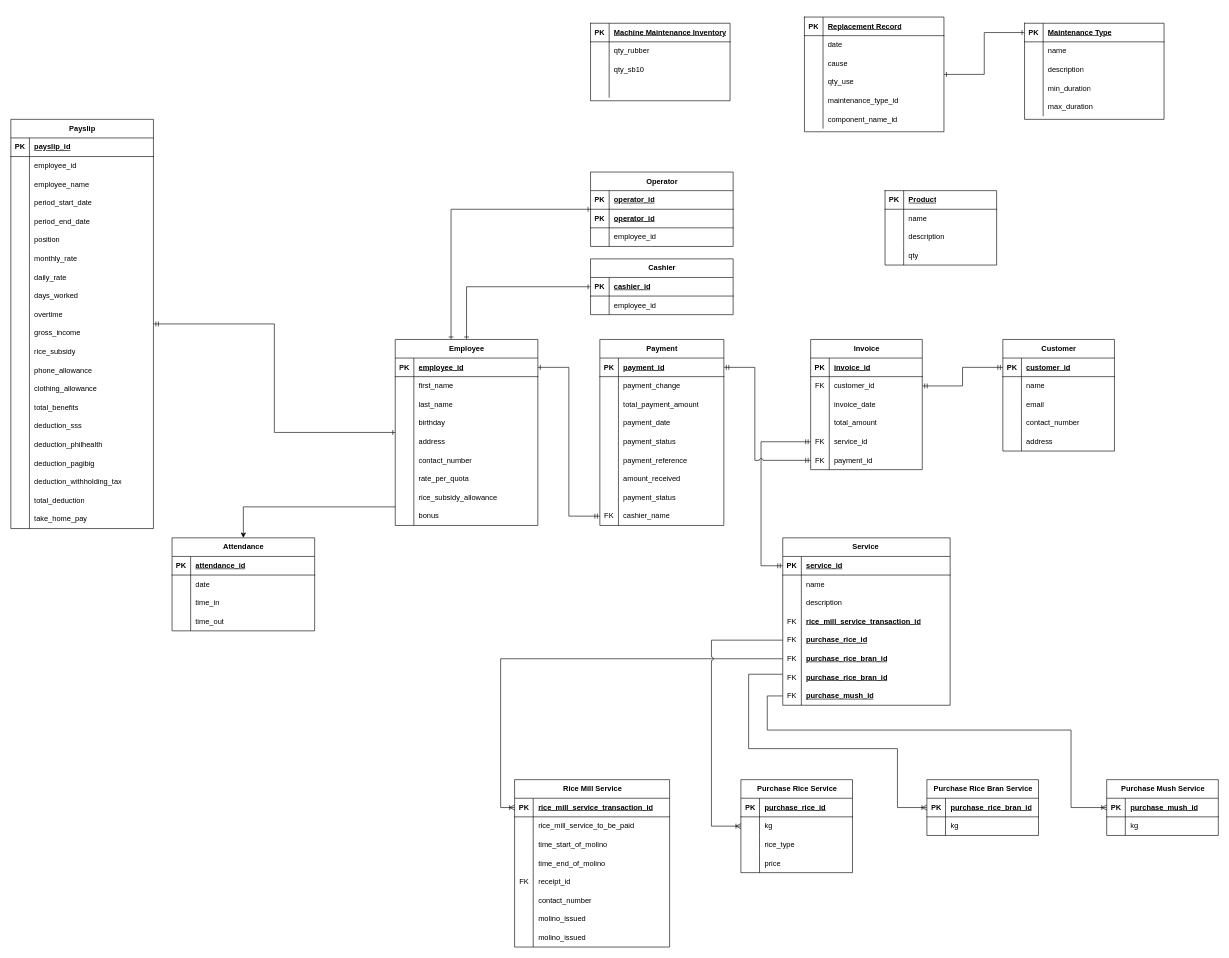
Earlier version of the draw.io diagram page "ERD" (1 of 2) of Entity Relationship Diagram.drawio (mmdc-j-abejo/abejo-rice-mill). Source tidied: cells renumbered, new cells numbered last; positions are measured from the earlier drawing's top-left corner, leaving out a move shared by most shapes. Both pictures are drawn from the tidied source at 62%, with x=0, y=0 at pixel (11, 17).
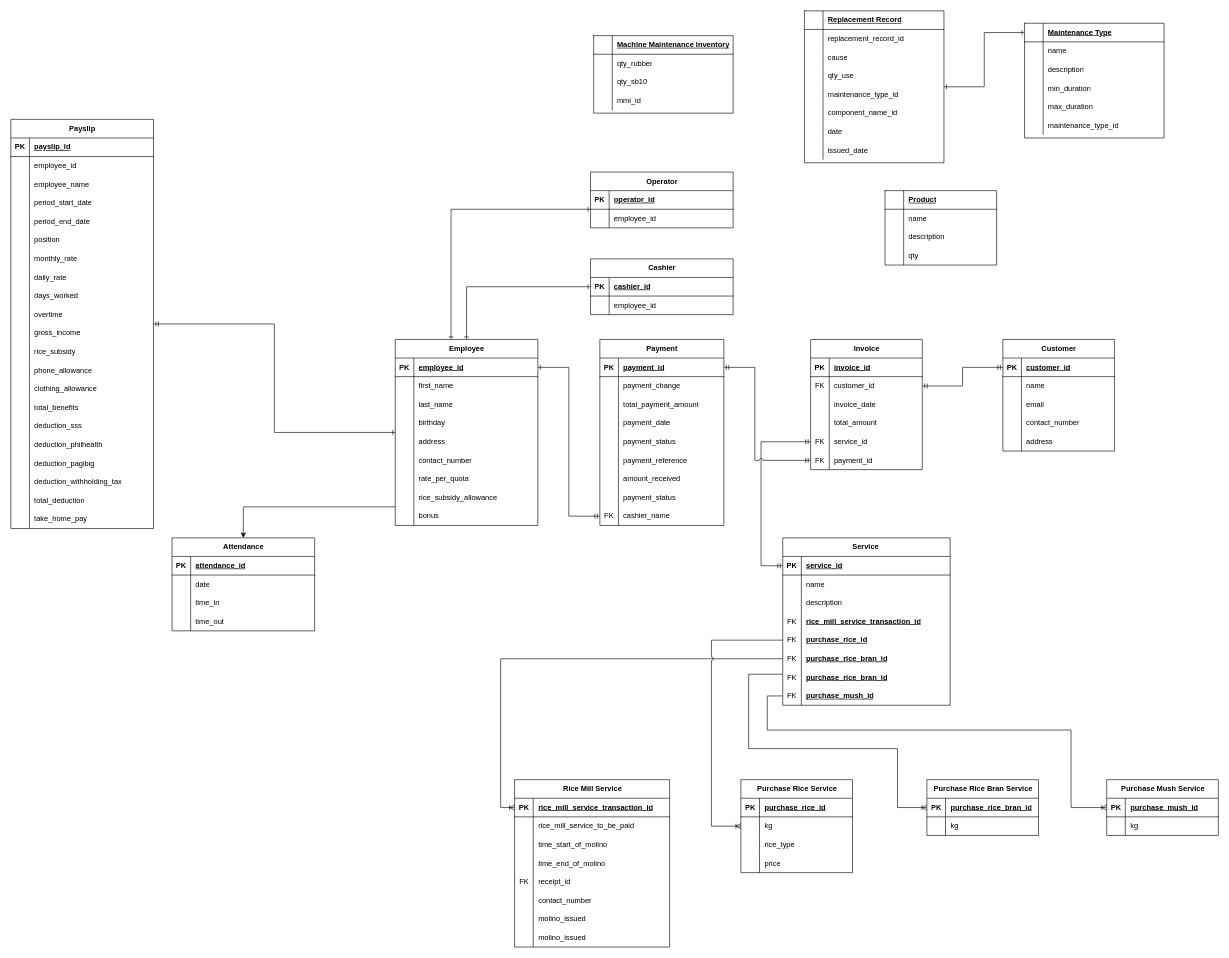
After the change.

Unchanged cells that the change refers to:
```xml
<mxCell id="258" style="shape=tableRow;horizontal=0;startSize=0;swimlaneHead=0;swimlaneBody=0;fillColor=none;top=0;left=0;right=0;bottom=1;" parent="257" vertex="1">
  <mxGeometry width="180" height="30" as="geometry" />
</mxCell>
<mxCell id="303" style="shape=tableRow;horizontal=0;startSize=0;swimlaneHead=0;swimlaneBody=0;fillColor=none;top=0;left=0;right=0;bottom=1;" parent="302" vertex="1">
  <mxGeometry width="225" height="30" as="geometry" />
</mxCell>
<mxCell id="306" style="shape=tableRow;horizontal=0;startSize=0;swimlaneHead=0;swimlaneBody=0;fillColor=none;top=0;left=0;right=0;bottom=0;" parent="302" vertex="1">
  <mxGeometry y="30" width="225" height="30" as="geometry" />
</mxCell>
<mxCell id="322" style="shape=tableRow;horizontal=0;startSize=0;swimlaneHead=0;swimlaneBody=0;fillColor=none;points=[[0,0.5],[1,0.5]];portConstraint=eastwest;top=0;left=0;right=0;bottom=1;" parent="321" vertex="1">
  <mxGeometry width="225" height="30" as="geometry" />
</mxCell>
```

The edit, as a diff of the source:
```diff
@@
-    <mxCell id="244" style="shape=table;startSize=0;childLayout=tableLayout;rowLines=0;fontStyle=1;align=center;html=1;" parent="1" vertex="1">
-      <mxGeometry x="935" y="10" width="225" height="125" as="geometry" />
-    </mxCell>
-    <mxCell id="245" style="shape=tableRow;horizontal=0;startSize=0;swimlaneHead=0;swimlaneBody=0;fillColor=none;top=0;left=0;right=0;bottom=1;" parent="244" vertex="1">
-      <mxGeometry width="225" height="30" as="geometry" />
-    </mxCell>
-    <mxCell id="246" value="PK" style="shape=partialRectangle;fillColor=none;top=0;left=0;bottom=0;right=0;fontStyle=1;overflow=hidden;whiteSpace=wrap;html=1;" parent="245" vertex="1">
-      <mxGeometry width="30" height="30" as="geometry" />
-    </mxCell>
-    <mxCell id="247" value="Machine Maintenance Inventory" style="shape=partialRectangle;fillColor=none;top=0;left=0;bottom=0;right=0;align=left;spacingLeft=6;fontStyle=5;overflow=hidden;whiteSpace=wrap;html=1;" parent="245" vertex="1">
-      <mxGeometry x="30" width="195" height="30" as="geometry" />
-    </mxCell>
-    <mxCell id="248" style="shape=tableRow;horizontal=0;startSize=0;swimlaneHead=0;swimlaneBody=0;fillColor=none;top=0;left=0;right=0;bottom=0;" parent="244" vertex="1">
-      <mxGeometry y="30" width="225" height="30" as="geometry" />
-    </mxCell>
-    <mxCell id="249" style="shape=partialRectangle;fillColor=none;top=0;left=0;bottom=0;right=0;overflow=hidden;whiteSpace=wrap;html=1;" parent="248" vertex="1">
-      <mxGeometry width="30" height="30" as="geometry" />
-    </mxCell>
-    <mxCell id="250" value="qty_rubber" style="shape=partialRectangle;fillColor=none;top=0;left=0;bottom=0;right=0;align=left;spacingLeft=6;overflow=hidden;whiteSpace=wrap;html=1;" parent="248" vertex="1">
-      <mxGeometry x="30" width="195" height="30" as="geometry" />
-    </mxCell>
-    <mxCell id="251" style="shape=tableRow;horizontal=0;startSize=0;swimlaneHead=0;swimlaneBody=0;fillColor=none;top=0;left=0;right=0;bottom=0;" parent="244" vertex="1">
-      <mxGeometry y="60" width="225" height="30" as="geometry" />
-    </mxCell>
-    <mxCell id="252" style="shape=partialRectangle;fillColor=none;top=0;left=0;bottom=0;right=0;overflow=hidden;whiteSpace=wrap;html=1;" parent="251" vertex="1">
-      <mxGeometry width="30" height="30" as="geometry" />
-    </mxCell>
-    <mxCell id="253" value="&lt;span style=&quot;background-color: initial;&quot;&gt;qty_sb10&lt;/span&gt;" style="shape=partialRectangle;fillColor=none;top=0;left=0;bottom=0;right=0;align=left;spacingLeft=6;overflow=hidden;whiteSpace=wrap;html=1;" parent="251" vertex="1">
-      <mxGeometry x="30" width="195" height="30" as="geometry" />
-    </mxCell>
-    <mxCell id="254" style="shape=tableRow;horizontal=0;startSize=0;swimlaneHead=0;swimlaneBody=0;fillColor=none;top=0;left=0;right=0;bottom=0;" parent="244" vertex="1">
-      <mxGeometry y="90" width="225" height="30" as="geometry" />
-    </mxCell>
-    <mxCell id="255" style="shape=partialRectangle;fillColor=none;top=0;left=0;bottom=0;right=0;overflow=hidden;whiteSpace=wrap;html=1;" parent="254" vertex="1">
-      <mxGeometry width="30" height="30" as="geometry" />
-    </mxCell>
-    <mxCell id="256" style="shape=partialRectangle;fillColor=none;top=0;left=0;bottom=0;right=0;align=left;spacingLeft=6;overflow=hidden;whiteSpace=wrap;html=1;" parent="254" vertex="1">
-      <mxGeometry x="30" width="195" height="30" as="geometry" />
-    </mxCell>
@@
-    <mxCell id="259" value="PK" style="shape=partialRectangle;fillColor=none;top=0;left=0;bottom=0;right=0;fontStyle=1;overflow=hidden;whiteSpace=wrap;html=1;" parent="258" vertex="1">
+    <mxCell id="259" style="shape=partialRectangle;fillColor=none;top=0;left=0;bottom=0;right=0;fontStyle=1;overflow=hidden;whiteSpace=wrap;html=1;" parent="258" vertex="1">
       <mxGeometry width="30" height="30" as="geometry" />
     </mxCell>
@@
     <mxCell id="278" value="Operator" style="shape=table;startSize=30;childLayout=tableLayout;rowLines=0;fontStyle=1;align=center;html=1;" parent="1" vertex="1">
-      <mxGeometry x="935" y="250" width="230" height="120" as="geometry" />
+      <mxGeometry x="935" y="250" width="230" height="90" as="geometry" />
     </mxCell>
-    <mxCell id="279" style="shape=tableRow;horizontal=0;startSize=0;swimlaneHead=0;swimlaneBody=0;fillColor=none;top=0;left=0;right=0;bottom=1;" parent="278" vertex="1">
-      <mxGeometry y="30" width="230" height="30" as="geometry" />
-    </mxCell>
-    <mxCell id="280" value="PK" style="shape=partialRectangle;fillColor=none;top=0;left=0;bottom=0;right=0;fontStyle=1;overflow=hidden;whiteSpace=wrap;html=1;" parent="279" vertex="1">
-      <mxGeometry width="30" height="30" as="geometry" />
-    </mxCell>
-    <mxCell id="281" value="operator_id" style="shape=partialRectangle;fillColor=none;top=0;left=0;bottom=0;right=0;align=left;spacingLeft=6;fontStyle=5;overflow=hidden;whiteSpace=wrap;html=1;" parent="279" vertex="1">
-      <mxGeometry x="30" width="200" height="30" as="geometry" />
-    </mxCell>
     <mxCell id="282" style="shape=tableRow;horizontal=0;startSize=0;swimlaneHead=0;swimlaneBody=0;fillColor=none;top=0;left=0;right=0;bottom=1;" parent="278" vertex="1">
-      <mxGeometry y="60" width="230" height="30" as="geometry" />
+      <mxGeometry y="30" width="230" height="30" as="geometry" />
     </mxCell>
@@
     <mxCell id="285" style="shape=tableRow;horizontal=0;startSize=0;swimlaneHead=0;swimlaneBody=0;fillColor=none;top=0;left=0;right=0;bottom=0;" parent="278" vertex="1">
-      <mxGeometry y="90" width="230" height="30" as="geometry" />
+      <mxGeometry y="60" width="230" height="30" as="geometry" />
     </mxCell>
@@
     <mxCell id="302" style="shape=table;startSize=0;childLayout=tableLayout;rowLines=0;fontStyle=1;align=center;html=1;" parent="1" vertex="1">
-      <mxGeometry x="1280" width="225" height="185" as="geometry" />
+      <mxGeometry x="1280" y="-10" width="225" height="245" as="geometry" />
     </mxCell>
@@
-    <mxCell id="304" value="PK" style="shape=partialRectangle;fillColor=none;top=0;left=0;bottom=0;right=0;fontStyle=1;overflow=hidden;whiteSpace=wrap;html=1;" parent="303" vertex="1">
+    <mxCell id="304" style="shape=partialRectangle;fillColor=none;top=0;left=0;bottom=0;right=0;fontStyle=1;overflow=hidden;whiteSpace=wrap;html=1;" parent="303" vertex="1">
       <mxGeometry width="30" height="30" as="geometry" />
     </mxCell>
@@
-    <mxCell id="308" value="date" style="shape=partialRectangle;fillColor=none;top=0;left=0;bottom=0;right=0;align=left;spacingLeft=6;overflow=hidden;whiteSpace=wrap;html=1;" parent="306" vertex="1">
+    <mxCell id="308" value="replacement_record_id" style="shape=partialRectangle;fillColor=none;top=0;left=0;bottom=0;right=0;align=left;spacingLeft=6;overflow=hidden;whiteSpace=wrap;html=1;" parent="306" vertex="1">
       <mxGeometry x="30" width="195" height="30" as="geometry" />
     </mxCell>
@@
+    <mxCell id="338" style="shape=tableRow;horizontal=0;startSize=0;swimlaneHead=0;swimlaneBody=0;fillColor=none;top=0;left=0;right=0;bottom=0;" parent="302" vertex="1">
+      <mxGeometry y="180" width="225" height="30" as="geometry" />
+    </mxCell>
+    <mxCell id="339" style="shape=partialRectangle;fillColor=none;top=0;left=0;bottom=0;right=0;overflow=hidden;whiteSpace=wrap;html=1;" parent="338" vertex="1">
+      <mxGeometry width="30" height="30" as="geometry" />
+    </mxCell>
+    <mxCell id="340" value="date" style="shape=partialRectangle;fillColor=none;top=0;left=0;bottom=0;right=0;align=left;spacingLeft=6;overflow=hidden;whiteSpace=wrap;html=1;" parent="338" vertex="1">
+      <mxGeometry x="30" width="195" height="30" as="geometry" />
+    </mxCell>
+    <mxCell id="341" style="shape=tableRow;horizontal=0;startSize=0;swimlaneHead=0;swimlaneBody=0;fillColor=none;top=0;left=0;right=0;bottom=0;" parent="302" vertex="1">
+      <mxGeometry y="210" width="225" height="30" as="geometry" />
+    </mxCell>
+    <mxCell id="342" style="shape=partialRectangle;fillColor=none;top=0;left=0;bottom=0;right=0;overflow=hidden;whiteSpace=wrap;html=1;" parent="341" vertex="1">
+      <mxGeometry width="30" height="30" as="geometry" />
+    </mxCell>
+    <mxCell id="343" value="issued_date" style="shape=partialRectangle;fillColor=none;top=0;left=0;bottom=0;right=0;align=left;spacingLeft=6;overflow=hidden;whiteSpace=wrap;html=1;" parent="341" vertex="1">
+      <mxGeometry x="30" width="195" height="30" as="geometry" />
+    </mxCell>
     <mxCell id="321" style="shape=table;startSize=0;childLayout=tableLayout;rowLines=0;fontStyle=1;align=center;html=1;" parent="1" vertex="1">
-      <mxGeometry x="1635" y="10" width="225" height="155" as="geometry" />
+      <mxGeometry x="1635" y="10" width="225" height="185" as="geometry" />
     </mxCell>
@@
-    <mxCell id="323" value="PK" style="shape=partialRectangle;fillColor=none;top=0;left=0;bottom=0;right=0;fontStyle=1;overflow=hidden;whiteSpace=wrap;html=1;" parent="322" vertex="1">
+    <mxCell id="323" style="shape=partialRectangle;fillColor=none;top=0;left=0;bottom=0;right=0;fontStyle=1;overflow=hidden;whiteSpace=wrap;html=1;" parent="322" vertex="1">
       <mxGeometry width="30" height="30" as="geometry" />
     </mxCell>
@@
+    <mxCell id="344" style="shape=tableRow;horizontal=0;startSize=0;swimlaneHead=0;swimlaneBody=0;fillColor=none;top=0;left=0;right=0;bottom=0;" parent="321" vertex="1">
+      <mxGeometry y="150" width="225" height="30" as="geometry" />
+    </mxCell>
+    <mxCell id="345" style="shape=partialRectangle;fillColor=none;top=0;left=0;bottom=0;right=0;overflow=hidden;whiteSpace=wrap;html=1;" parent="344" vertex="1">
+      <mxGeometry width="30" height="30" as="geometry" />
+    </mxCell>
+    <mxCell id="346" value="maintenance_type_id" style="shape=partialRectangle;fillColor=none;top=0;left=0;bottom=0;right=0;align=left;spacingLeft=6;overflow=hidden;whiteSpace=wrap;html=1;" parent="344" vertex="1">
+      <mxGeometry x="30" width="195" height="30" as="geometry" />
+    </mxCell>
@@
+    <mxCell id="244" style="shape=table;startSize=0;childLayout=tableLayout;rowLines=0;fontStyle=1;align=center;html=1;" parent="1" vertex="1">
+      <mxGeometry x="940" y="30" width="225" height="125" as="geometry" />
+    </mxCell>
+    <mxCell id="245" style="shape=tableRow;horizontal=0;startSize=0;swimlaneHead=0;swimlaneBody=0;fillColor=none;top=0;left=0;right=0;bottom=1;" parent="244" vertex="1">
+      <mxGeometry width="225" height="30" as="geometry" />
+    </mxCell>
+    <mxCell id="246" value="&lt;div&gt;&lt;br&gt;&lt;/div&gt;&lt;div&gt;&lt;br&gt;&lt;/div&gt;" style="shape=partialRectangle;fillColor=none;top=0;left=0;bottom=0;right=0;fontStyle=1;overflow=hidden;whiteSpace=wrap;html=1;" parent="245" vertex="1">
+      <mxGeometry width="30" height="30" as="geometry" />
+    </mxCell>
+    <mxCell id="247" value="Machine Maintenance Inventory" style="shape=partialRectangle;fillColor=none;top=0;left=0;bottom=0;right=0;align=left;spacingLeft=6;fontStyle=5;overflow=hidden;whiteSpace=wrap;html=1;" parent="245" vertex="1">
+      <mxGeometry x="30" width="195" height="30" as="geometry" />
+    </mxCell>
+    <mxCell id="248" style="shape=tableRow;horizontal=0;startSize=0;swimlaneHead=0;swimlaneBody=0;fillColor=none;top=0;left=0;right=0;bottom=0;" parent="244" vertex="1">
+      <mxGeometry y="30" width="225" height="30" as="geometry" />
+    </mxCell>
+    <mxCell id="249" style="shape=partialRectangle;fillColor=none;top=0;left=0;bottom=0;right=0;overflow=hidden;whiteSpace=wrap;html=1;" parent="248" vertex="1">
+      <mxGeometry width="30" height="30" as="geometry" />
+    </mxCell>
+    <mxCell id="250" value="qty_rubber" style="shape=partialRectangle;fillColor=none;top=0;left=0;bottom=0;right=0;align=left;spacingLeft=6;overflow=hidden;whiteSpace=wrap;html=1;" parent="248" vertex="1">
+      <mxGeometry x="30" width="195" height="30" as="geometry" />
+    </mxCell>
+    <mxCell id="251" style="shape=tableRow;horizontal=0;startSize=0;swimlaneHead=0;swimlaneBody=0;fillColor=none;top=0;left=0;right=0;bottom=0;" parent="244" vertex="1">
+      <mxGeometry y="60" width="225" height="30" as="geometry" />
+    </mxCell>
+    <mxCell id="252" style="shape=partialRectangle;fillColor=none;top=0;left=0;bottom=0;right=0;overflow=hidden;whiteSpace=wrap;html=1;" parent="251" vertex="1">
+      <mxGeometry width="30" height="30" as="geometry" />
+    </mxCell>
+    <mxCell id="253" value="&lt;span style=&quot;background-color: initial;&quot;&gt;qty_sb10&lt;/span&gt;" style="shape=partialRectangle;fillColor=none;top=0;left=0;bottom=0;right=0;align=left;spacingLeft=6;overflow=hidden;whiteSpace=wrap;html=1;" parent="251" vertex="1">
+      <mxGeometry x="30" width="195" height="30" as="geometry" />
+    </mxCell>
+    <mxCell id="254" style="shape=tableRow;horizontal=0;startSize=0;swimlaneHead=0;swimlaneBody=0;fillColor=none;top=0;left=0;right=0;bottom=0;" parent="244" vertex="1">
+      <mxGeometry y="90" width="225" height="30" as="geometry" />
+    </mxCell>
+    <mxCell id="347" style="shape=partialRectangle;fillColor=none;top=0;left=0;bottom=0;right=0;overflow=hidden;whiteSpace=wrap;html=1;" parent="254" vertex="1">
+      <mxGeometry width="30" height="30" as="geometry" />
+    </mxCell>
+    <mxCell id="348" value="mmi_id" style="shape=partialRectangle;fillColor=none;top=0;left=0;bottom=0;right=0;align=left;spacingLeft=6;overflow=hidden;whiteSpace=wrap;html=1;" parent="254" vertex="1">
+      <mxGeometry x="30" width="195" height="30" as="geometry" />
+    </mxCell>
```
